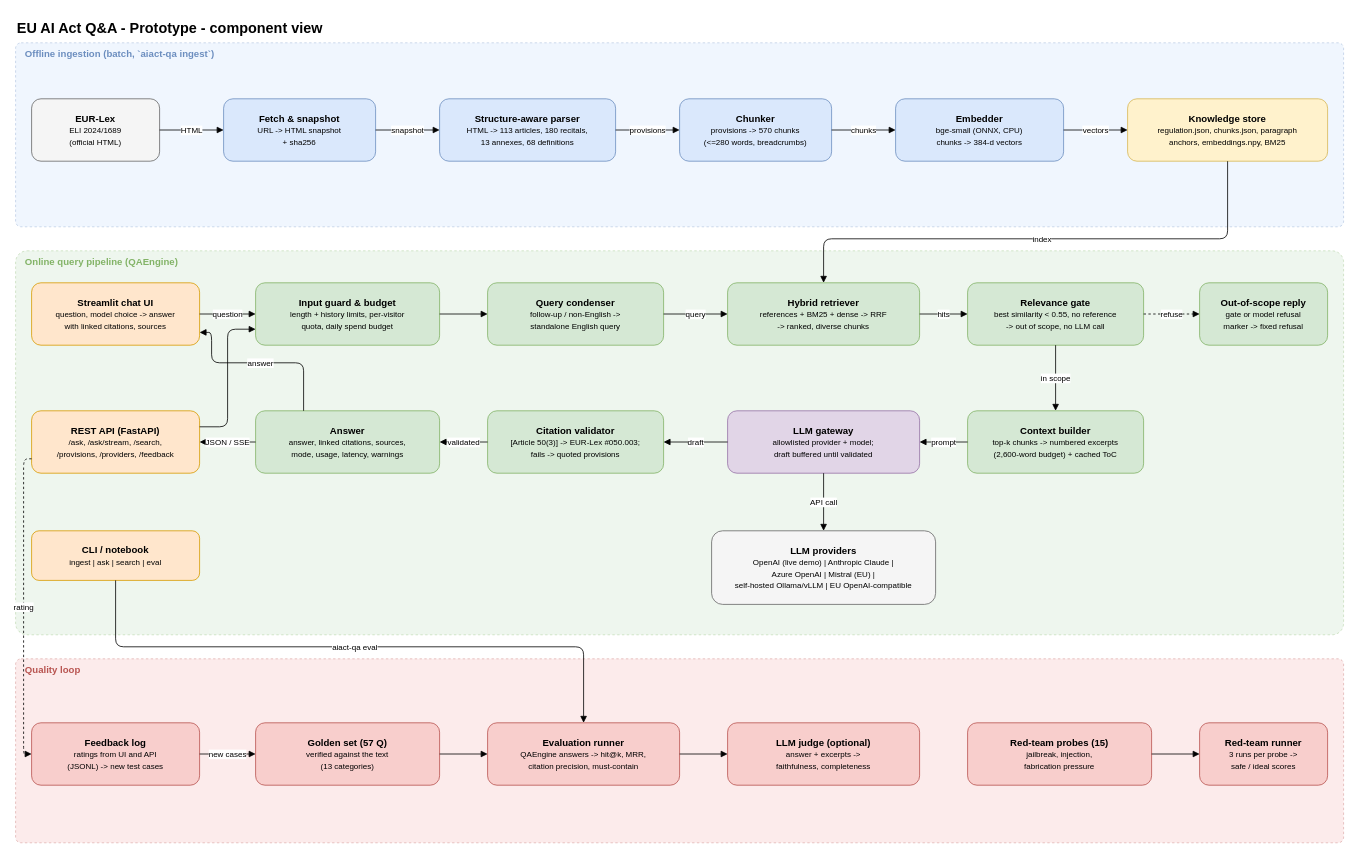
Dason222/eu-ai-act-assistant keeps this draw.io diagram as page "Prototype - component view" (1 of 2) of docs/architecture.drawio. Above is the earlier version. Source tidied: cells renumbered, new cells numbered last; positions are measured from the earlier drawing's top-left corner, leaving out a move shared by most shapes. Both pictures are drawn from the tidied source at 80%, with x=0, y=0 at pixel (15, 14).
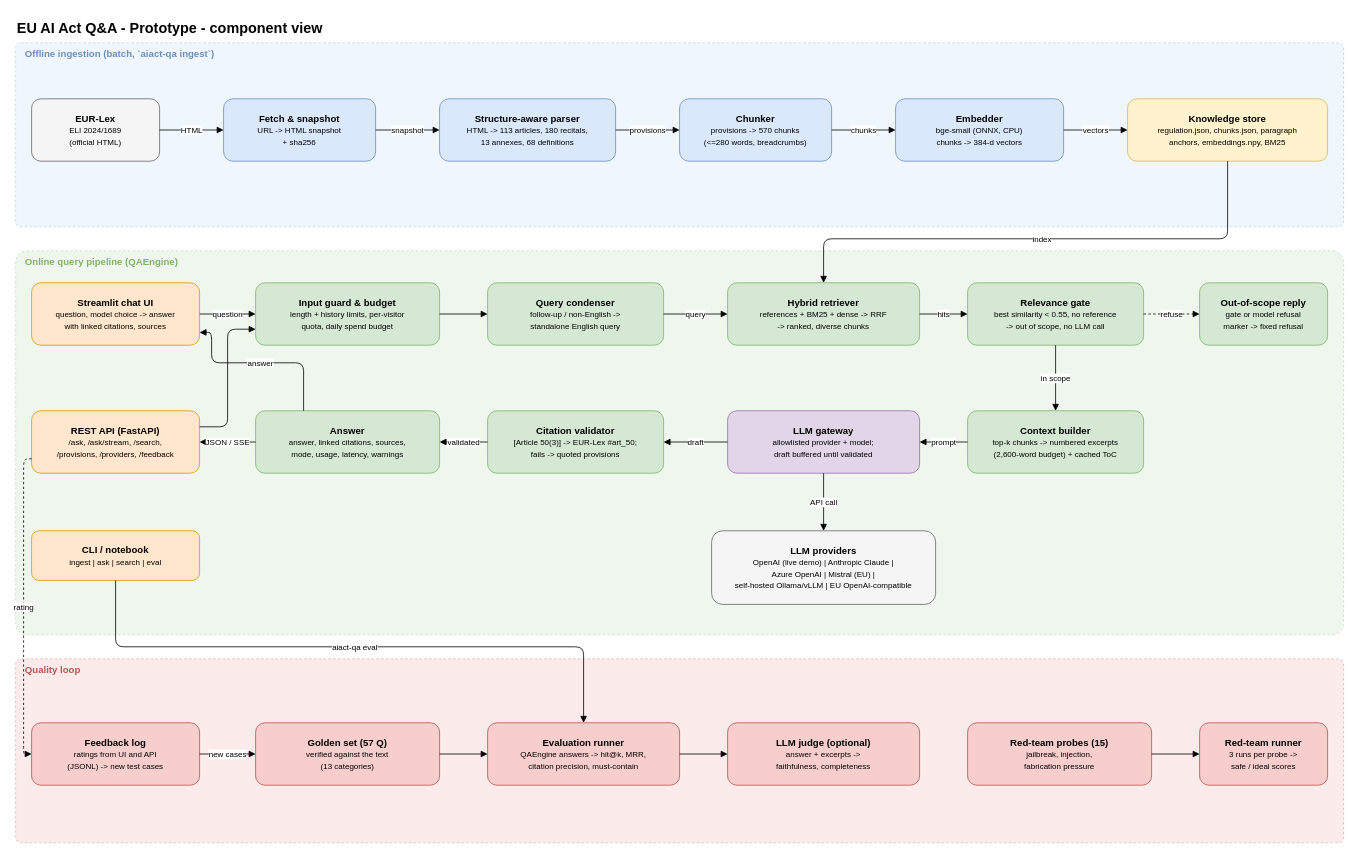
Above is the later version.

Commit message (it also covers changes not shown here):
Describe provision-level citation links in the docs and diagram

The edit, as a diff of the source:
```diff
@@
-    <mxCell id="22" value="&lt;b&gt;Citation validator&lt;/b&gt;&lt;br&gt;&lt;font style='font-size:10px'&gt;[Article 50(3)] -&amp;gt; EUR-Lex #050.003;&lt;br&gt;fails -&amp;gt; quoted provisions&lt;/font&gt;" style="rounded=1;whiteSpace=wrap;html=1;fillColor=#D5E8D4;strokeColor=#82B366;fontSize=12;" parent="1" vertex="1">
+    <mxCell id="22" value="&lt;b&gt;Citation validator&lt;/b&gt;&lt;br&gt;&lt;font style='font-size:10px'&gt;[Article 50(3)] -&amp;gt; EUR-Lex #art_50;&lt;br&gt;fails -&amp;gt; quoted provisions&lt;/font&gt;" style="rounded=1;whiteSpace=wrap;html=1;fillColor=#D5E8D4;strokeColor=#82B366;fontSize=12;" parent="1" vertex="1">
       <mxGeometry x="590" y="496" width="220" height="78" as="geometry" />
     </mxCell>
```
